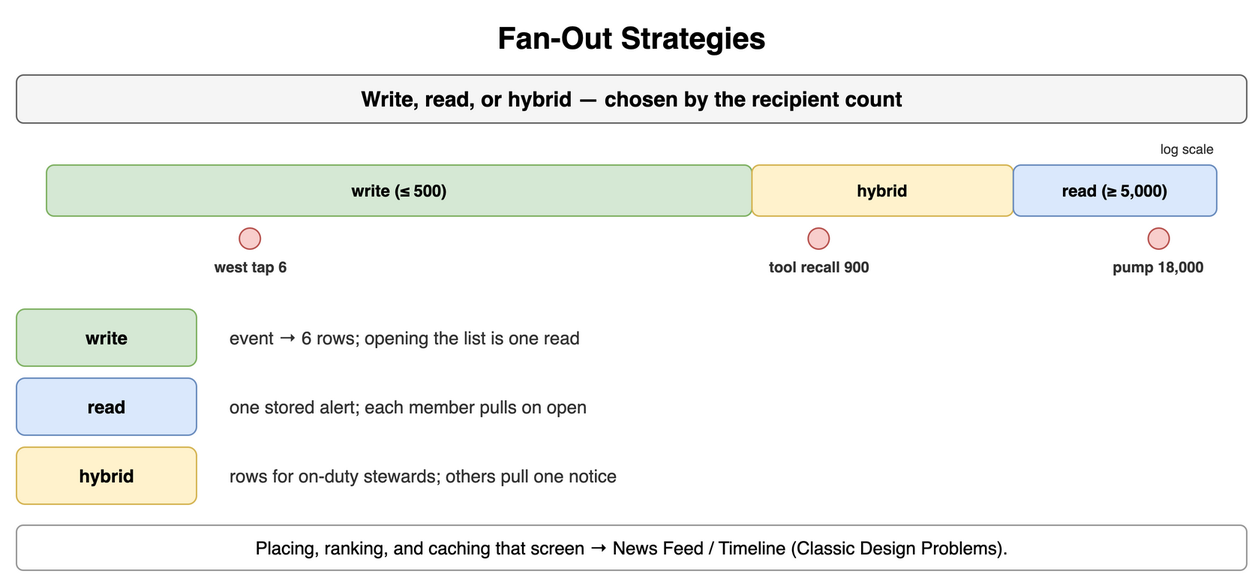
The draw.io diagram content/09_System_Design_Interview/21_Real_Time_and_Notification_Systems/diagrams/notifications-6-fan-out-strategies.png in amendez13/swe-study-guide, before a commit. Source tidied: cells renumbered, new cells last; positions are measured from the earlier drawing's top-left corner, leaving out a move shared by most shapes.
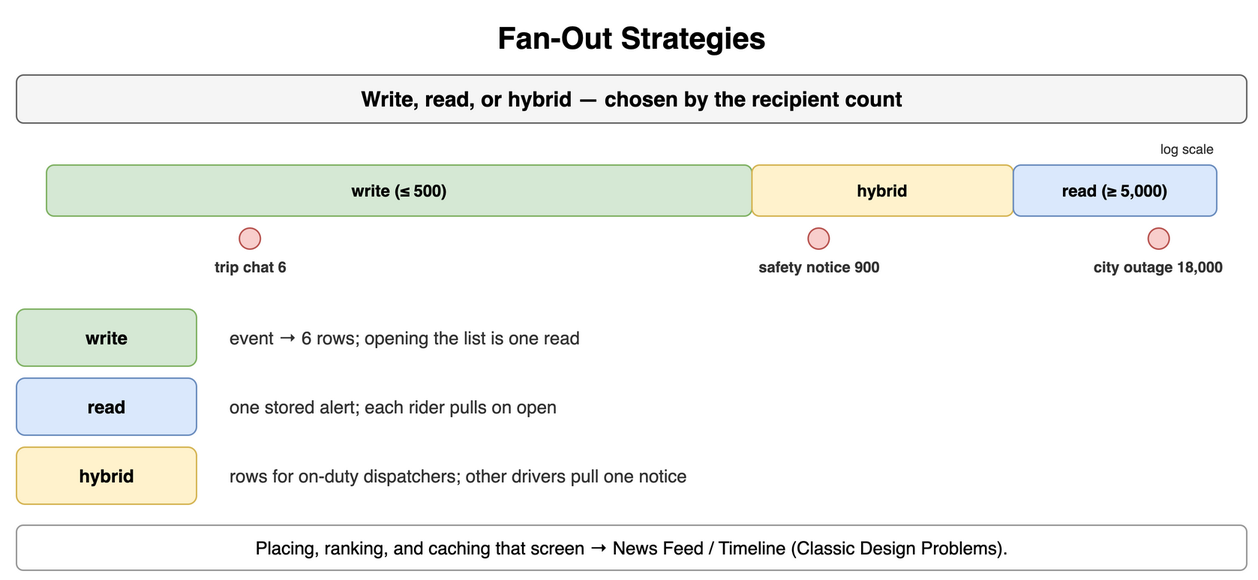
The same file after the commit.

The edit, as a diff of the source:
```diff
@@ -20,19 +20,19 @@
     <mxCell id="7" style="ellipse;whiteSpace=wrap;html=1;fontStyle=1;fontSize=12;fontFamily=Courier New;fillColor=#f8cecc;strokeColor=#b85450;" parent="1" vertex="1">
       <mxGeometry x="148.6" y="142" width="14" height="14" as="geometry" />
     </mxCell>
-    <mxCell id="8" value="west tap 6" style="text;html=1;whiteSpace=wrap;fontSize=11;align=center;verticalAlign=middle;fontSize=10;fontColor=#333333;fontStyle=1;" parent="1" vertex="1">
+    <mxCell id="8" value="trip chat 6" style="text;html=1;whiteSpace=wrap;fontSize=11;align=center;verticalAlign=middle;fontSize=10;fontColor=#333333;fontStyle=1;" parent="1" vertex="1">
       <mxGeometry x="95.6" y="160" width="120" height="16" as="geometry" />
     </mxCell>
     <mxCell id="9" style="ellipse;whiteSpace=wrap;html=1;fontStyle=1;fontSize=12;fontFamily=Courier New;fillColor=#f8cecc;strokeColor=#b85450;" parent="1" vertex="1">
       <mxGeometry x="527.7" y="142" width="14" height="14" as="geometry" />
     </mxCell>
-    <mxCell id="10" value="tool recall 900" style="text;html=1;whiteSpace=wrap;fontSize=11;align=center;verticalAlign=middle;fontSize=10;fontColor=#333333;fontStyle=1;" parent="1" vertex="1">
+    <mxCell id="10" value="safety notice 900" style="text;html=1;whiteSpace=wrap;fontSize=11;align=center;verticalAlign=middle;fontSize=10;fontColor=#333333;fontStyle=1;" parent="1" vertex="1">
       <mxGeometry x="474.7" y="160" width="120" height="16" as="geometry" />
     </mxCell>
     <mxCell id="11" style="ellipse;whiteSpace=wrap;html=1;fontStyle=1;fontSize=12;fontFamily=Courier New;fillColor=#f8cecc;strokeColor=#b85450;" parent="1" vertex="1">
       <mxGeometry x="754.3" y="142" width="14" height="14" as="geometry" />
     </mxCell>
-    <mxCell id="12" value="pump 18,000" style="text;html=1;whiteSpace=wrap;fontSize=11;align=center;verticalAlign=middle;fontSize=10;fontColor=#333333;fontStyle=1;" parent="1" vertex="1">
+    <mxCell id="12" value="city outage 18,000" style="text;html=1;whiteSpace=wrap;fontSize=11;align=center;verticalAlign=middle;fontSize=10;fontColor=#333333;fontStyle=1;" parent="1" vertex="1">
       <mxGeometry x="701.3" y="160" width="120" height="16" as="geometry" />
     </mxCell>
     <mxCell id="13" value="log scale" style="text;html=1;whiteSpace=wrap;fontSize=11;align=right;verticalAlign=middle;fontSize=9;fontColor=#333333;" parent="1" vertex="1">
@@ -47,13 +47,13 @@
     <mxCell id="16" value="read" style="rounded=1;whiteSpace=wrap;html=1;fillColor=#dae8fc;strokeColor=#6c8ebf;fontSize=12;align=center;fontStyle=1;" parent="1" vertex="1">
       <mxGeometry y="242" width="120" height="38" as="geometry" />
     </mxCell>
-    <mxCell id="17" value="one stored alert; each member pulls on open" style="text;html=1;whiteSpace=wrap;fontSize=11;align=left;verticalAlign=middle;fontSize=12;fontColor=#333333;" parent="1" vertex="1">
+    <mxCell id="17" value="one stored alert; each rider pulls on open" style="text;html=1;whiteSpace=wrap;fontSize=11;align=left;verticalAlign=middle;fontSize=12;fontColor=#333333;" parent="1" vertex="1">
       <mxGeometry x="140" y="242" width="680" height="38" as="geometry" />
     </mxCell>
     <mxCell id="18" value="hybrid" style="rounded=1;whiteSpace=wrap;html=1;fillColor=#fff2cc;strokeColor=#d6b656;fontSize=12;align=center;fontStyle=1;" parent="1" vertex="1">
       <mxGeometry y="288" width="120" height="38" as="geometry" />
     </mxCell>
-    <mxCell id="19" value="rows for on-duty stewards; others pull one notice" style="text;html=1;whiteSpace=wrap;fontSize=11;align=left;verticalAlign=middle;fontSize=12;fontColor=#333333;" parent="1" vertex="1">
+    <mxCell id="19" value="rows for on-duty dispatchers; other drivers pull one notice" style="text;html=1;whiteSpace=wrap;fontSize=11;align=left;verticalAlign=middle;fontSize=12;fontColor=#333333;" parent="1" vertex="1">
       <mxGeometry x="140" y="288" width="680" height="38" as="geometry" />
     </mxCell>
     <mxCell id="20" value="Placing, ranking, and caching that screen → News Feed / Timeline (Classic Design Problems)." style="rounded=1;whiteSpace=wrap;html=1;fillColor=#ffffff;strokeColor=#999999;fontSize=12;align=center;" parent="1" vertex="1">
```
